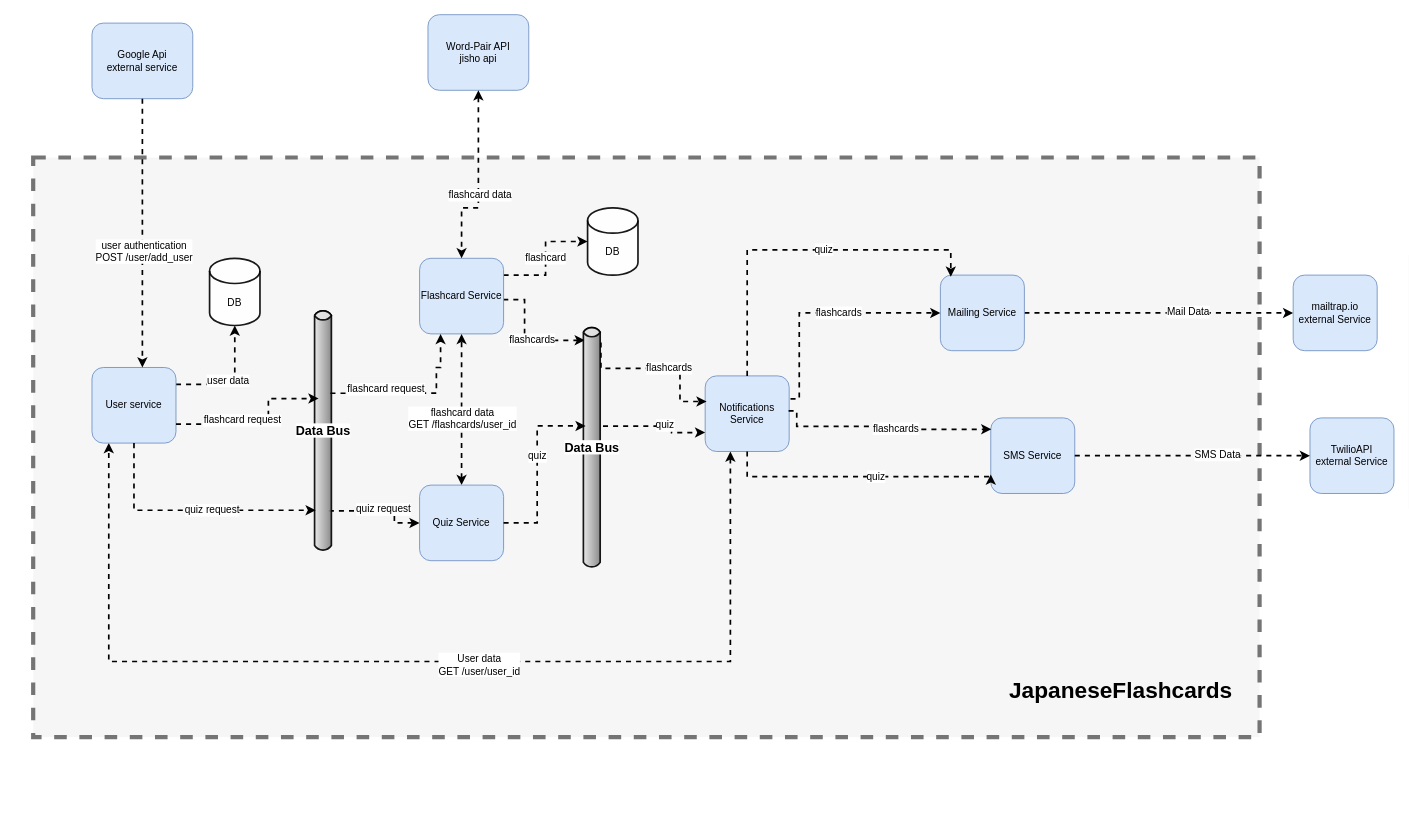
This is services.drawio from JakubKedzierski/JapaneseFlashcards, a draw.io file, before an edit. Source tidied: cells renumbered, new cells numbered last; positions are measured from the earlier drawing's top-left corner, leaving out a move shared by most shapes. Both pictures are drawn from the tidied source at 84%, with x=0, y=0 at pixel (33, 14).
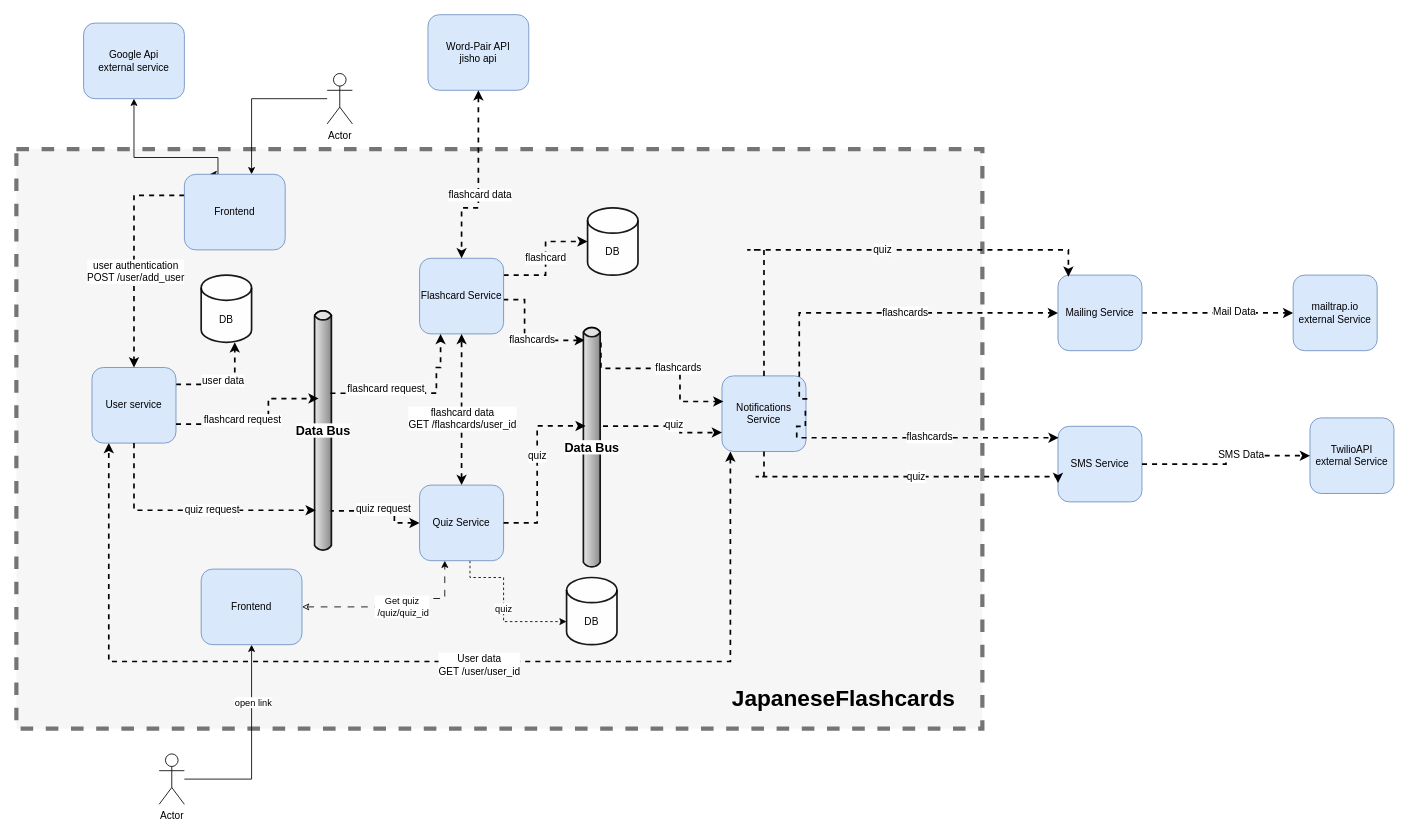
The same diagram, later.

The change refers to these unchanged cells:
```xml
<mxCell id="23" value="User service" style="rounded=1;whiteSpace=wrap;html=1;strokeWidth=1;fillColor=#dae8fc;strokeColor=#6c8ebf;" parent="1" vertex="1">
  <mxGeometry x="70" y="420" width="100" height="90" as="geometry" />
</mxCell>
<mxCell id="28" value="Quiz Service" style="rounded=1;whiteSpace=wrap;html=1;strokeWidth=1;fillColor=#dae8fc;strokeColor=#6c8ebf;" parent="1" vertex="1">
  <mxGeometry x="460" y="560" width="100" height="90" as="geometry" />
</mxCell>
```

The edit, as a diff of the source:
```diff
@@
     <mxCell id="2" style="rounded=0;whiteSpace=wrap;html=1;labelBackgroundColor=#FFFFFF;labelBorderColor=none;strokeWidth=5;fontSize=12;opacity=90;dashed=1;fillColor=#f5f5f5;fontColor=#333333;strokeColor=#666666;" parent="1" vertex="1">
-      <mxGeometry y="170" width="1460" height="690" as="geometry" />
+      <mxGeometry x="-20" y="160" width="1150" height="690" as="geometry" />
     </mxCell>
@@
     <mxCell id="9" value="Notifications Service" style="rounded=1;whiteSpace=wrap;html=1;strokeWidth=1;fillColor=#dae8fc;strokeColor=#6c8ebf;" parent="1" vertex="1">
-      <mxGeometry x="800" y="430" width="100" height="90" as="geometry" />
+      <mxGeometry x="820" y="430" width="100" height="90" as="geometry" />
     </mxCell>
@@
     <mxCell id="15" value="Mailing Service" style="rounded=1;whiteSpace=wrap;html=1;strokeWidth=1;fillColor=#dae8fc;strokeColor=#6c8ebf;" parent="1" vertex="1">
-      <mxGeometry x="1080" y="310" width="100" height="90" as="geometry" />
+      <mxGeometry x="1220" y="310" width="100" height="90" as="geometry" />
     </mxCell>
     <mxCell id="16" value="SMS Service" style="rounded=1;whiteSpace=wrap;html=1;strokeWidth=1;fillColor=#dae8fc;strokeColor=#6c8ebf;" parent="1" vertex="1">
-      <mxGeometry x="1140" y="480" width="100" height="90" as="geometry" />
+      <mxGeometry x="1220" y="490" width="100" height="90" as="geometry" />
     </mxCell>
@@
     <mxCell id="19" style="edgeStyle=orthogonalEdgeStyle;rounded=0;jettySize=auto;html=1;dashed=1;strokeWidth=2;entryX=0.007;entryY=0.151;entryDx=0;entryDy=0;exitX=0.993;exitY=0.462;exitDx=0;exitDy=0;exitPerimeter=0;entryPerimeter=0;" parent="1" edge="1" source="9" target="16">
       <mxGeometry relative="1" as="geometry">
         <Array as="points">
+          <mxPoint x="919" y="490" />
           <mxPoint x="909" y="490" />
-          <mxPoint x="1025" y="490" />
-          <mxPoint x="1025" y="494" />
+          <mxPoint x="909" y="504" />
         </Array>
       </mxGeometry>
     </mxCell>
@@
+    <mxCell id="57" style="edgeStyle=orthogonalEdgeStyle;rounded=0;jettySize=auto;html=1;entryX=0;entryY=0;entryDx=0;entryDy=52.5;entryPerimeter=0;dashed=1;" parent="1" edge="1" source="28" target="63">
+      <mxGeometry relative="1" as="geometry">
+        <Array as="points">
+          <mxPoint x="520" y="670" />
+          <mxPoint x="560" y="670" />
+          <mxPoint x="560" y="723" />
+        </Array>
+      </mxGeometry>
+    </mxCell>
+    <mxCell id="58" value="quiz" style="edgeLabel;html=1;align=center;verticalAlign=middle;" parent="57" vertex="1">
+      <mxGeometry x="0.02" y="-1" relative="1" as="geometry" />
+    </mxCell>
@@
     <mxCell id="44" value="DB" style="shape=cylinder3;whiteSpace=wrap;html=1;boundedLbl=1;backgroundOutline=1;size=15;labelBackgroundColor=#FFFFFF;labelBorderColor=none;strokeWidth=2;fontSize=12;fontColor=#000000;gradientColor=none;opacity=90;" parent="1" vertex="1">
-      <mxGeometry x="210" y="290" width="60" height="80" as="geometry" />
+      <mxGeometry x="200" y="310" width="60" height="80" as="geometry" />
     </mxCell>
     <mxCell id="45" value="&lt;div&gt;Google Api&lt;br&gt;external service&lt;/div&gt;" style="rounded=1;whiteSpace=wrap;html=1;strokeWidth=1;fillColor=#dae8fc;strokeColor=#6c8ebf;" parent="1" vertex="1">
-      <mxGeometry x="70" y="10" width="120" height="90" as="geometry" />
+      <mxGeometry x="60" y="10" width="120" height="90" as="geometry" />
     </mxCell>
-    <mxCell id="46" style="edgeStyle=orthogonalEdgeStyle;rounded=0;jettySize=auto;html=1;dashed=1;strokeWidth=2;startArrow=none;startFill=0;endArrow=classic;endFill=1;" parent="1" edge="1" source="45" target="23">
+    <mxCell id="46" style="edgeStyle=orthogonalEdgeStyle;rounded=0;jettySize=auto;html=1;dashed=1;strokeWidth=2;startArrow=none;startFill=0;endArrow=classic;endFill=1;" parent="1" edge="1" source="62" target="23">
       <mxGeometry relative="1" as="geometry">
         <Array as="points">
-          <mxPoint x="120" y="25" />
+          <mxPoint x="120" y="215" />
         </Array>
       </mxGeometry>
     </mxCell>
@@
     <mxCell id="56" value="&lt;font style=&quot;font-size: 27px;&quot;&gt;&lt;b&gt;JapaneseFlashcards&lt;/b&gt;&lt;/font&gt;" style="text;html=1;strokeColor=none;fillColor=none;align=center;verticalAlign=middle;whiteSpace=wrap;rounded=0;fontSize=12;fontColor=#000000;" parent="1" vertex="1">
-      <mxGeometry x="1150" y="780" width="290" height="50" as="geometry" />
+      <mxGeometry x="820" y="790" width="290" height="50" as="geometry" />
     </mxCell>
+    <mxCell id="59" style="edgeStyle=orthogonalEdgeStyle;rounded=0;jettySize=auto;html=1;" parent="1" edge="1" source="60" target="62">
+      <mxGeometry relative="1" as="geometry">
+        <Array as="points">
+          <mxPoint x="260" y="100" />
+        </Array>
+      </mxGeometry>
+    </mxCell>
+    <mxCell id="60" value="Actor" style="shape=umlActor;verticalLabelPosition=bottom;verticalAlign=top;html=1;outlineConnect=0;" parent="1" vertex="1">
+      <mxGeometry x="350" y="70" width="30" height="60" as="geometry" />
+    </mxCell>
+    <mxCell id="61" style="edgeStyle=orthogonalEdgeStyle;rounded=0;jettySize=auto;html=1;startArrow=classic;startFill=1;exitX=0.25;exitY=0;exitDx=0;exitDy=0;" parent="1" edge="1" source="62" target="45">
+      <mxGeometry relative="1" as="geometry">
+        <Array as="points">
+          <mxPoint x="220" y="190" />
+          <mxPoint x="220" y="170" />
+          <mxPoint x="120" y="170" />
+        </Array>
+      </mxGeometry>
+    </mxCell>
+    <mxCell id="62" value="&lt;div&gt;Frontend&lt;/div&gt;" style="rounded=1;whiteSpace=wrap;html=1;strokeWidth=1;fillColor=#dae8fc;strokeColor=#6c8ebf;" parent="1" vertex="1">
+      <mxGeometry x="180" y="190" width="120" height="90" as="geometry" />
+    </mxCell>
+    <mxCell id="63" value="DB" style="shape=cylinder3;whiteSpace=wrap;html=1;boundedLbl=1;backgroundOutline=1;size=15;labelBackgroundColor=#FFFFFF;labelBorderColor=none;strokeWidth=2;fontSize=12;fontColor=#000000;gradientColor=none;opacity=90;" parent="1" vertex="1">
+      <mxGeometry x="635" y="670" width="60" height="80" as="geometry" />
+    </mxCell>
+    <mxCell id="64" style="edgeStyle=orthogonalEdgeStyle;rounded=0;jettySize=auto;html=1;dashed=1;dashPattern=8 8;exitX=1;exitY=0.5;exitDx=0;exitDy=0;startArrow=classic;startFill=0;" parent="1" edge="1" source="69" target="28">
+      <mxGeometry relative="1" as="geometry">
+        <Array as="points">
+          <mxPoint x="440" y="695" />
+          <mxPoint x="490" y="695" />
+        </Array>
+      </mxGeometry>
+    </mxCell>
+    <mxCell id="65" value="Get quiz&lt;br&gt;&amp;nbsp;/quiz/quiz_id" style="edgeLabel;html=1;align=center;verticalAlign=middle;" parent="64" vertex="1">
+      <mxGeometry x="0.05" y="1" relative="1" as="geometry" />
+    </mxCell>
+    <mxCell id="66" style="edgeStyle=orthogonalEdgeStyle;rounded=0;jettySize=auto;html=1;" parent="1" edge="1" source="68" target="69">
+      <mxGeometry relative="1" as="geometry" />
+    </mxCell>
+    <mxCell id="67" value="open link" style="edgeLabel;html=1;align=center;verticalAlign=middle;" parent="66" vertex="1">
+      <mxGeometry x="0.43" y="-1" relative="1" as="geometry" />
+    </mxCell>
+    <mxCell id="68" value="Actor" style="shape=umlActor;verticalLabelPosition=bottom;verticalAlign=top;html=1;outlineConnect=0;" parent="1" vertex="1">
+      <mxGeometry x="150" y="880" width="30" height="60" as="geometry" />
+    </mxCell>
+    <mxCell id="69" value="&lt;div&gt;Frontend&lt;/div&gt;" style="rounded=1;whiteSpace=wrap;html=1;strokeWidth=1;fillColor=#dae8fc;strokeColor=#6c8ebf;" parent="1" vertex="1">
+      <mxGeometry x="200" y="660" width="120" height="90" as="geometry" />
+    </mxCell>
```
